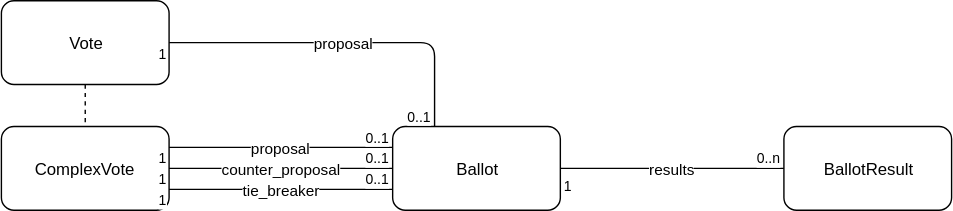
The draw.io diagram docs/onegov.ballot.vote.svg in OneGov/onegov.ballot, before a commit. Source tidied: cells renumbered, new cells last; positions are measured from the earlier drawing's top-left corner, leaving out a move shared by most shapes. Source of this version:
```xml
<mxGraphModel background="#ffffff">
  <root>
    <mxCell id="0" />
    <mxCell id="1" parent="0" />
    <mxCell id="2" value="ComplexVote" style="rounded=1;whiteSpace=wrap;html=1;" parent="1" vertex="1">
      <mxGeometry y="90" width="120" height="60" as="geometry" />
    </mxCell>
    <mxCell id="3" value="Ballot" style="rounded=1;whiteSpace=wrap;html=1;" parent="1" vertex="1">
      <mxGeometry x="280" y="90" width="120" height="60" as="geometry" />
    </mxCell>
    <mxCell id="4" value="BallotResult" style="rounded=1;whiteSpace=wrap;html=1;" parent="1" vertex="1">
      <mxGeometry x="560" y="90" width="120" height="60" as="geometry" />
    </mxCell>
    <mxCell id="5" value="results" style="endArrow=none;html=1;endSize=12;startArrow=none;startSize=14;startFill=0;edgeStyle=orthogonalEdgeStyle;endFill=0;exitX=1;exitY=0.5;entryX=0;entryY=0.5;" parent="1" edge="1" source="3" target="4">
      <mxGeometry relative="1" as="geometry" />
    </mxCell>
    <mxCell id="6" value="1" style="html=1;align=left;verticalAlign=top;labelBackgroundColor=#ffffff;fontSize=10;" parent="5" vertex="1">
      <mxGeometry x="-1" relative="1" as="geometry" />
    </mxCell>
    <mxCell id="7" value="&lt;span&gt;0..n&lt;/span&gt;" style="html=1;align=right;verticalAlign=top;labelBackgroundColor=#ffffff;fontSize=10;" parent="5" vertex="1">
      <mxGeometry x="1" relative="1" as="geometry">
        <mxPoint y="-20" as="offset" />
      </mxGeometry>
    </mxCell>
    <mxCell id="8" value="counter_proposal" style="endArrow=none;html=1;endSize=12;startArrow=none;startSize=14;startFill=0;edgeStyle=orthogonalEdgeStyle;endFill=0;exitX=1;exitY=0.5;entryX=0;entryY=0.5;" parent="1" edge="1" source="2" target="3">
      <mxGeometry relative="1" as="geometry" />
    </mxCell>
    <mxCell id="9" value="1" style="html=1;align=left;verticalAlign=top;labelBackgroundColor=#ffffff;fontSize=10;" parent="8" vertex="1">
      <mxGeometry x="-1" relative="1" as="geometry">
        <mxPoint x="-10" y="-5" as="offset" />
      </mxGeometry>
    </mxCell>
    <mxCell id="10" value="0..1" style="html=1;align=right;verticalAlign=top;labelBackgroundColor=#ffffff;fontSize=10;" parent="8" vertex="1">
      <mxGeometry x="1" relative="1" as="geometry">
        <mxPoint y="-20" as="offset" />
      </mxGeometry>
    </mxCell>
    <mxCell id="11" value="proposal" style="endArrow=none;html=1;endSize=12;startArrow=none;startSize=14;startFill=0;edgeStyle=orthogonalEdgeStyle;endFill=0;entryX=0;entryY=0.25;exitX=1;exitY=0.25;" parent="1" edge="1" source="2" target="3">
      <mxGeometry relative="1" as="geometry" />
    </mxCell>
    <mxCell id="12" value="1" style="html=1;align=left;verticalAlign=top;labelBackgroundColor=#ffffff;fontSize=10;" parent="11" vertex="1">
      <mxGeometry x="-1" relative="1" as="geometry">
        <mxPoint x="-10" y="-5" as="offset" />
      </mxGeometry>
    </mxCell>
    <mxCell id="13" value="&lt;span&gt;0..1&lt;/span&gt;" style="html=1;align=right;verticalAlign=top;labelBackgroundColor=#ffffff;fontSize=10;" parent="11" vertex="1">
      <mxGeometry x="1" relative="1" as="geometry">
        <mxPoint y="-20" as="offset" />
      </mxGeometry>
    </mxCell>
    <mxCell id="14" value="tie_breaker" style="endArrow=none;html=1;endSize=12;startArrow=none;startSize=14;startFill=0;edgeStyle=orthogonalEdgeStyle;endFill=0;entryX=0;entryY=0.75;exitX=1;exitY=0.75;" parent="1" edge="1" source="2" target="3">
      <mxGeometry relative="1" as="geometry" />
    </mxCell>
    <mxCell id="15" value="1" style="html=1;align=left;verticalAlign=top;labelBackgroundColor=#ffffff;fontSize=10;" parent="14" vertex="1">
      <mxGeometry x="-1" relative="1" as="geometry">
        <mxPoint x="-10" y="-5" as="offset" />
      </mxGeometry>
    </mxCell>
    <mxCell id="16" value="&lt;span&gt;0..1&lt;/span&gt;" style="html=1;align=right;verticalAlign=top;labelBackgroundColor=#ffffff;fontSize=10;" parent="14" vertex="1">
      <mxGeometry x="1" relative="1" as="geometry">
        <mxPoint y="-20" as="offset" />
      </mxGeometry>
    </mxCell>
    <mxCell id="17" value="Vote" style="rounded=1;whiteSpace=wrap;html=1;" parent="1" vertex="1">
      <mxGeometry width="120" height="60" as="geometry" />
    </mxCell>
    <mxCell id="18" style="endArrow=none;html=1;dashed=1;strokeColor=#000000;strokeWidth=1;" parent="1" edge="1">
      <mxGeometry relative="1" as="geometry">
        <mxPoint x="60" y="60" as="sourcePoint" />
        <mxPoint x="60" y="90" as="targetPoint" />
      </mxGeometry>
    </mxCell>
    <mxCell id="19" value="proposal" style="endArrow=none;html=1;endSize=12;startArrow=none;startSize=14;startFill=0;edgeStyle=orthogonalEdgeStyle;endFill=0;entryX=0.25;entryY=0;exitX=1;exitY=0.5;" parent="1" edge="1" source="17" target="3">
      <mxGeometry relative="1" as="geometry">
        <Array as="points">
          <mxPoint x="310" y="30" />
        </Array>
      </mxGeometry>
    </mxCell>
    <mxCell id="20" value="1" style="html=1;align=left;verticalAlign=top;labelBackgroundColor=#ffffff;fontSize=10;" parent="19" vertex="1">
      <mxGeometry x="-1" relative="1" as="geometry">
        <mxPoint x="-10" y="-5" as="offset" />
      </mxGeometry>
    </mxCell>
    <mxCell id="21" value="&lt;span&gt;0..1&lt;/span&gt;" style="html=1;align=right;verticalAlign=top;labelBackgroundColor=#ffffff;fontSize=10;" parent="19" vertex="1">
      <mxGeometry x="1" relative="1" as="geometry">
        <mxPoint y="-20" as="offset" />
      </mxGeometry>
    </mxCell>
  </root>
</mxGraphModel>
```
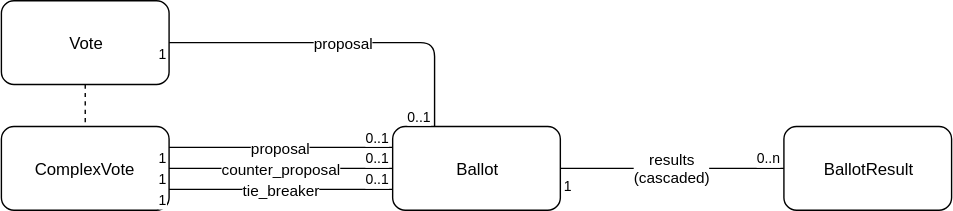
The same file after the commit.

Commit message:
Speeds up clearing vote results

What changed in the source:
```diff
@@ -11,7 +11,7 @@
     <mxCell id="4" value="BallotResult" style="rounded=1;whiteSpace=wrap;html=1;" parent="1" vertex="1">
       <mxGeometry x="560" y="90" width="120" height="60" as="geometry" />
     </mxCell>
-    <mxCell id="5" value="results" style="endArrow=none;html=1;endSize=12;startArrow=none;startSize=14;startFill=0;edgeStyle=orthogonalEdgeStyle;endFill=0;exitX=1;exitY=0.5;entryX=0;entryY=0.5;" parent="1" edge="1" source="3" target="4">
+    <mxCell id="5" value="results&lt;br&gt;(cascaded)&lt;br&gt;" style="endArrow=none;html=1;endSize=12;startArrow=none;startSize=14;startFill=0;edgeStyle=orthogonalEdgeStyle;endFill=0;exitX=1;exitY=0.5;entryX=0;entryY=0.5;" parent="1" edge="1" source="3" target="4">
       <mxGeometry relative="1" as="geometry" />
     </mxCell>
     <mxCell id="6" value="1" style="html=1;align=left;verticalAlign=top;labelBackgroundColor=#ffffff;fontSize=10;" parent="5" vertex="1">
```
